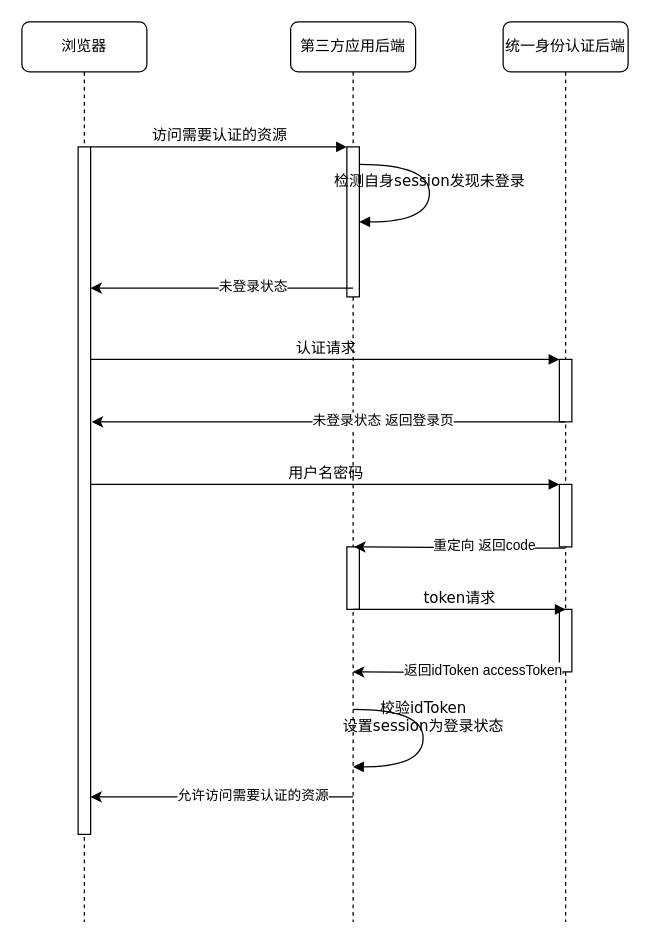
Above: 文档/接入时序图.drawio in rebue/scx (draw.io), before the change. Source tidied: cells renumbered, new cells numbered last; positions are measured from the earlier drawing's top-left corner, leaving out a move shared by most shapes. Both pictures are drawn from the tidied source at 125%, with x=0, y=0 at pixel (21, 21).
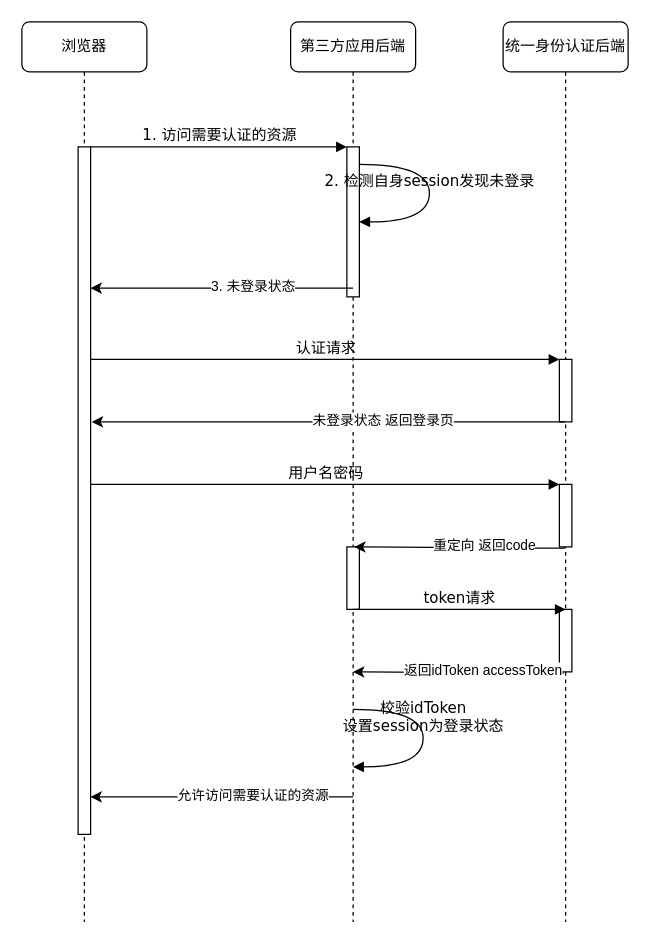
After the change.

The change refers to these unchanged cells:
```xml
<mxCell id="2" value="第三方应用后端" style="shape=umlLifeline;perimeter=lifelinePerimeter;whiteSpace=wrap;html=1;rounded=1;shadow=0;comic=0;labelBackgroundColor=none;strokeWidth=1;fontFamily=Verdana;fontSize=12;align=center;" parent="1" vertex="1">
  <mxGeometry x="215" width="100" height="720" as="geometry" />
</mxCell>
<mxCell id="3" style="html=1;points=[];perimeter=orthogonalPerimeter;rounded=0;shadow=0;comic=0;labelBackgroundColor=none;strokeWidth=1;fontFamily=Verdana;fontSize=12;align=center;" parent="2" vertex="1">
  <mxGeometry x="45" y="100" width="10" height="120" as="geometry" />
</mxCell>
<mxCell id="13" style="html=1;points=[];perimeter=orthogonalPerimeter;rounded=0;shadow=0;comic=0;labelBackgroundColor=none;strokeWidth=1;fontFamily=Verdana;fontSize=12;align=center;" parent="1" vertex="1">
  <mxGeometry x="45" y="100" width="10" height="550" as="geometry" />
</mxCell>
<mxCell id="14" style="endArrow=classic;html=1;exitX=0.5;exitY=0.942;exitDx=0;exitDy=0;exitPerimeter=0;" parent="1" edge="1" source="3">
  <mxGeometry relative="1" as="geometry">
    <mxPoint x="55" y="213" as="targetPoint" />
  </mxGeometry>
</mxCell>
```

Diff of the diagram source:
```diff
@@
-    <mxCell id="4" value="检测自身session发现未登录" style="html=1;verticalAlign=bottom;endArrow=block;labelBackgroundColor=none;fontFamily=Verdana;fontSize=12;elbow=vertical;edgeStyle=orthogonalEdgeStyle;curved=1;" parent="2" edge="1">
+    <mxCell id="4" value="2. 检测自身session发现未登录" style="html=1;verticalAlign=bottom;endArrow=block;labelBackgroundColor=none;fontFamily=Verdana;fontSize=12;elbow=vertical;edgeStyle=orthogonalEdgeStyle;curved=1;" parent="2" edge="1">
       <mxGeometry relative="1" as="geometry">
         <mxPoint x="55" y="114" as="sourcePoint" />
         <mxPoint x="55" y="160" as="targetPoint" />
         <Array as="points">
           <mxPoint x="55" y="114" />
           <mxPoint x="111" y="114" />
           <mxPoint x="111" y="160" />
         </Array>
       </mxGeometry>
     </mxCell>
@@
-    <mxCell id="12" value="访问需要认证的资源" style="html=1;verticalAlign=bottom;endArrow=block;entryX=0;entryY=0;labelBackgroundColor=none;fontFamily=Verdana;fontSize=12;edgeStyle=elbowEdgeStyle;elbow=vertical;" parent="1" edge="1" source="13" target="3">
+    <mxCell id="12" value="1. 访问需要认证的资源" style="html=1;verticalAlign=bottom;endArrow=block;entryX=0;entryY=0;labelBackgroundColor=none;fontFamily=Verdana;fontSize=12;edgeStyle=elbowEdgeStyle;elbow=vertical;" parent="1" edge="1" source="13" target="3">
       <mxGeometry relative="1" as="geometry" />
     </mxCell>
@@
-    <mxCell id="15" value="未登录状态" style="edgeLabel;html=1;align=center;verticalAlign=middle;" parent="14" vertex="1">
+    <mxCell id="15" value="3. 未登录状态" style="edgeLabel;html=1;align=center;verticalAlign=middle;" parent="14" vertex="1">
       <mxGeometry x="-0.23" y="-2" relative="1" as="geometry" />
     </mxCell>
```
